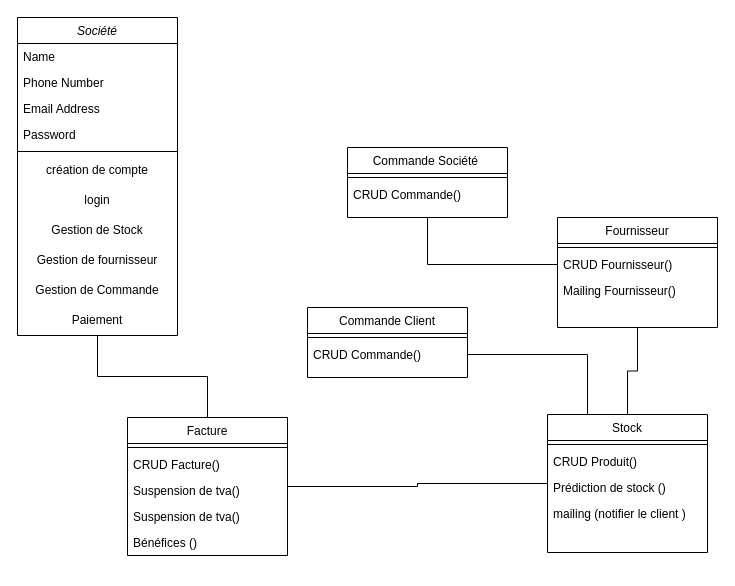
This is Diagramme sans nom.drawio from ala-tork/p1, a draw.io file, before an edit. Source tidied: cells renumbered, new cells numbered last; positions are measured from the earlier drawing's top-left corner, leaving out a move shared by most shapes. Both pictures are drawn from the tidied source at 100%, with x=0, y=0 at pixel (17, 17).
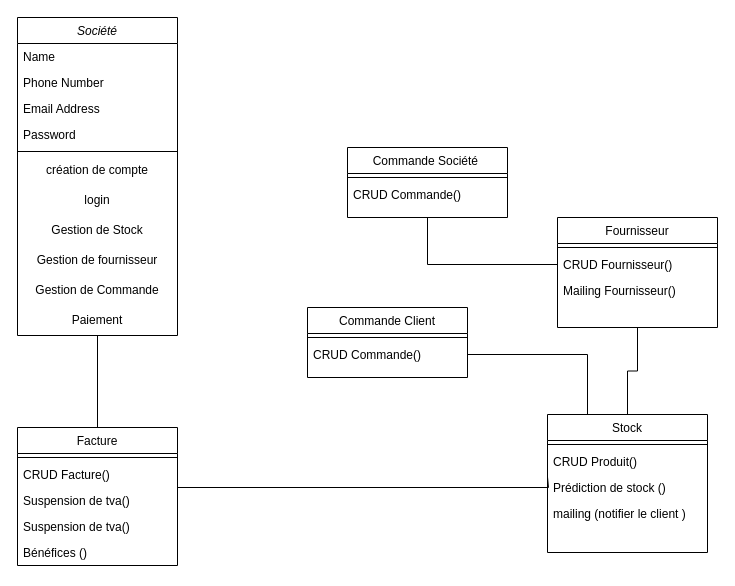
The same page after the edit.

Unchanged cells that the change refers to:
```xml
<mxCell id="16" value="Stock" style="swimlane;fontStyle=0;align=center;verticalAlign=top;horizontal=1;startSize=26;rounded=0;shadow=0;strokeWidth=1;" parent="1" vertex="1">
  <mxGeometry x="530" y="397" width="160" height="138" as="geometry" />
</mxCell>
```

Change to the diagram source:
```diff
@@
-    <mxCell id="28" style="edgeStyle=orthogonalEdgeStyle;rounded=0;jettySize=auto;html=1;endArrow=none;endFill=0;" parent="1" edge="1" source="29" target="16">
-      <mxGeometry relative="1" as="geometry" />
+    <mxCell id="28" style="edgeStyle=orthogonalEdgeStyle;rounded=0;orthogonalLoop=1;jettySize=auto;html=1;endArrow=none;endFill=0;" parent="1" edge="1">
+      <mxGeometry relative="1" as="geometry">
+        <mxPoint x="160" y="472.5" as="sourcePoint" />
+        <mxPoint x="530" y="459.5" as="targetPoint" />
+        <Array as="points">
+          <mxPoint x="160" y="470" />
+          <mxPoint x="531" y="470" />
+        </Array>
+      </mxGeometry>
     </mxCell>
     <mxCell id="29" value="Facture" style="swimlane;fontStyle=0;align=center;verticalAlign=top;horizontal=1;startSize=26;rounded=0;shadow=0;strokeWidth=1;" parent="1" vertex="1">
-      <mxGeometry x="110" y="400" width="160" height="138" as="geometry" />
+      <mxGeometry y="410" width="160" height="138" as="geometry" />
     </mxCell>
```
